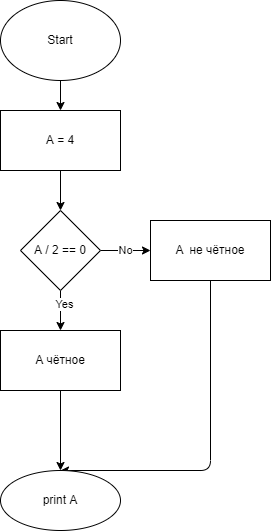
Above: Lesson01/Task03/example.drawio.png in Gladun-D/Seminar1C (draw.io), before the change. Source tidied: cells renumbered, new cells last; positions are measured from the earlier drawing's top-left corner, leaving out a move shared by most shapes.
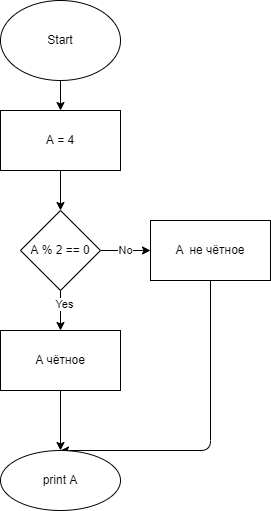
Above is the later version.

Commit message:
Блок- схема задача 3

The edit, as a diff of the source:
```diff
@@ -23,7 +23,7 @@
     <mxCell id="8" value="Yes" style="edgeLabel;html=1;align=center;verticalAlign=middle;" parent="7" vertex="1">
       <mxGeometry x="-0.36" y="3" relative="1" as="geometry" />
     </mxCell>
-    <mxCell id="9" value="A / 2 == 0" style="rhombus;whiteSpace=wrap;html=1;" parent="1" vertex="1">
+    <mxCell id="9" value="A % 2 == 0" style="rhombus;whiteSpace=wrap;html=1;" parent="1" vertex="1">
       <mxGeometry x="20" y="210" width="80" height="80" as="geometry" />
     </mxCell>
     <mxCell id="10" style="edgeStyle=elbowEdgeStyle;html=1;entryX=0.5;entryY=0;entryDx=0;entryDy=0;" parent="1" edge="1" source="11" target="14">
@@ -43,7 +43,7 @@
       <mxGeometry y="330" width="120" height="60" as="geometry" />
     </mxCell>
     <mxCell id="14" value="print A" style="ellipse;whiteSpace=wrap;html=1;" parent="1" vertex="1">
-      <mxGeometry y="470" width="120" height="60" as="geometry" />
+      <mxGeometry y="450" width="120" height="60" as="geometry" />
     </mxCell>
   </root>
 </mxGraphModel>
```
